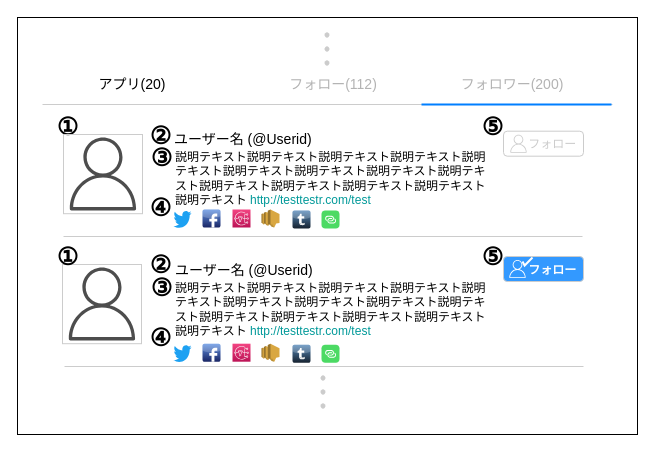
Earlier version of the draw.io diagram page "フォロワー一覧" (8 of 18) of docsMng/reference/2_bd/ScreenDesign/scdesign.drawio (MewW6m/Mineso). Source tidied: cells renumbered, new cells numbered last; positions are measured from the earlier drawing's top-left corner, leaving out a move shared by most shapes. Both pictures are drawn from the tidied source at 100%, with x=0, y=0 at pixel (17, 17).
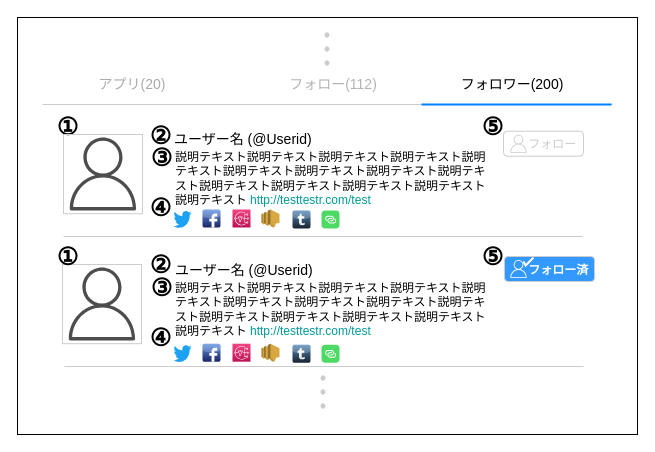
Above is the later version.

What changed in the source:
```diff
@@
-    <mxCell id="5" value="&lt;font color=&quot;#000000&quot; style=&quot;font-size: 14px&quot;&gt;アプリ(20)&lt;/font&gt;" style="text;html=1;strokeColor=none;fillColor=none;align=center;verticalAlign=middle;whiteSpace=wrap;rounded=0;fontSize=14;fontColor=#009999;" parent="1" vertex="1">
+    <mxCell id="5" value="&lt;font style=&quot;font-size: 14px&quot; color=&quot;#ababab&quot;&gt;アプリ(20)&lt;/font&gt;" style="text;html=1;strokeColor=none;fillColor=none;align=center;verticalAlign=middle;whiteSpace=wrap;rounded=0;fontSize=14;fontColor=#009999;" parent="1" vertex="1">
       <mxGeometry x="45" y="57" width="140" height="20" as="geometry" />
     </mxCell>
@@
-    <mxCell id="7" value="&lt;font style=&quot;font-size: 14px&quot;&gt;フォロワー(200)&lt;/font&gt;" style="text;html=1;strokeColor=none;fillColor=none;align=center;verticalAlign=middle;whiteSpace=wrap;rounded=0;fontSize=14;fontColor=#B3B3B3;" parent="1" vertex="1">
+    <mxCell id="7" value="&lt;font style=&quot;font-size: 14px&quot; color=&quot;#000000&quot;&gt;フォロワー(200)&lt;/font&gt;" style="text;html=1;strokeColor=none;fillColor=none;align=center;verticalAlign=middle;whiteSpace=wrap;rounded=0;fontSize=14;fontColor=#B3B3B3;" parent="1" vertex="1">
       <mxGeometry x="425" y="57" width="140" height="20" as="geometry" />
     </mxCell>
@@
-    <mxCell id="50" style="group;" parent="1" vertex="1">
-      <mxGeometry x="486" y="239" width="80" height="25" as="geometry" />
-    </mxCell>
-    <mxCell id="51" value="&lt;font style=&quot;font-size: 12px ; line-height: 200%&quot;&gt;　&amp;nbsp; フォロー&lt;/font&gt;" style="rounded=1;whiteSpace=wrap;html=1;fontSize=14;align=center;strokeColor=#CCCCCC;fontColor=#FFFFFF;fontStyle=1;fillColor=#3399FF;" parent="50" vertex="1">
-      <mxGeometry width="80" height="25" as="geometry" />
-    </mxCell>
-    <mxCell id="52" style="fontColor=#232F3E;gradientColor=none;dashed=0;verticalLabelPosition=bottom;verticalAlign=top;align=center;html=1;fontSize=12;fontStyle=0;shape=mxgraph.aws4.user;rounded=1;strokeWidth=1;fillColor=#FFFFFF;strokeColor=#FFFFFF;" parent="50" vertex="1">
-      <mxGeometry x="5" y="3.5" width="18" height="18" as="geometry" />
-    </mxCell>
-    <mxCell id="53" style="html=1;verticalLabelPosition=bottom;labelBackgroundColor=#ffffff;verticalAlign=top;shadow=0;dashed=0;strokeWidth=2;shape=mxgraph.ios7.misc.check;fillColor=#FFFFFF;fontColor=#FFFFFF;strokeColor=#FFFFFF;" parent="50" vertex="1">
-      <mxGeometry x="19" y="1" width="10" height="8" as="geometry" />
-    </mxCell>
@@
+    <mxCell id="63" style="group;" parent="1" vertex="1">
+      <mxGeometry x="487" y="239" width="90" height="25" as="geometry" />
+    </mxCell>
+    <mxCell id="64" value="&lt;font style=&quot;font-size: 12px ; line-height: 200%&quot;&gt;　&amp;nbsp; フォロー済&lt;/font&gt;" style="rounded=1;whiteSpace=wrap;html=1;fontSize=14;align=center;strokeColor=#CCCCCC;fontColor=#FFFFFF;fontStyle=1;fillColor=#3399FF;" parent="63" vertex="1">
+      <mxGeometry width="90" height="25" as="geometry" />
+    </mxCell>
+    <mxCell id="52" style="fontColor=#232F3E;gradientColor=none;dashed=0;verticalLabelPosition=bottom;verticalAlign=top;align=center;html=1;fontSize=12;fontStyle=0;shape=mxgraph.aws4.user;rounded=1;strokeWidth=1;fillColor=#FFFFFF;strokeColor=#FFFFFF;" parent="63" vertex="1">
+      <mxGeometry x="5" y="3.5" width="18" height="18" as="geometry" />
+    </mxCell>
+    <mxCell id="53" style="html=1;verticalLabelPosition=bottom;labelBackgroundColor=#ffffff;verticalAlign=top;shadow=0;dashed=0;strokeWidth=2;shape=mxgraph.ios7.misc.check;fillColor=#FFFFFF;fontColor=#FFFFFF;strokeColor=#FFFFFF;" parent="63" vertex="1">
+      <mxGeometry x="19" y="1" width="10" height="8" as="geometry" />
+    </mxCell>
```
